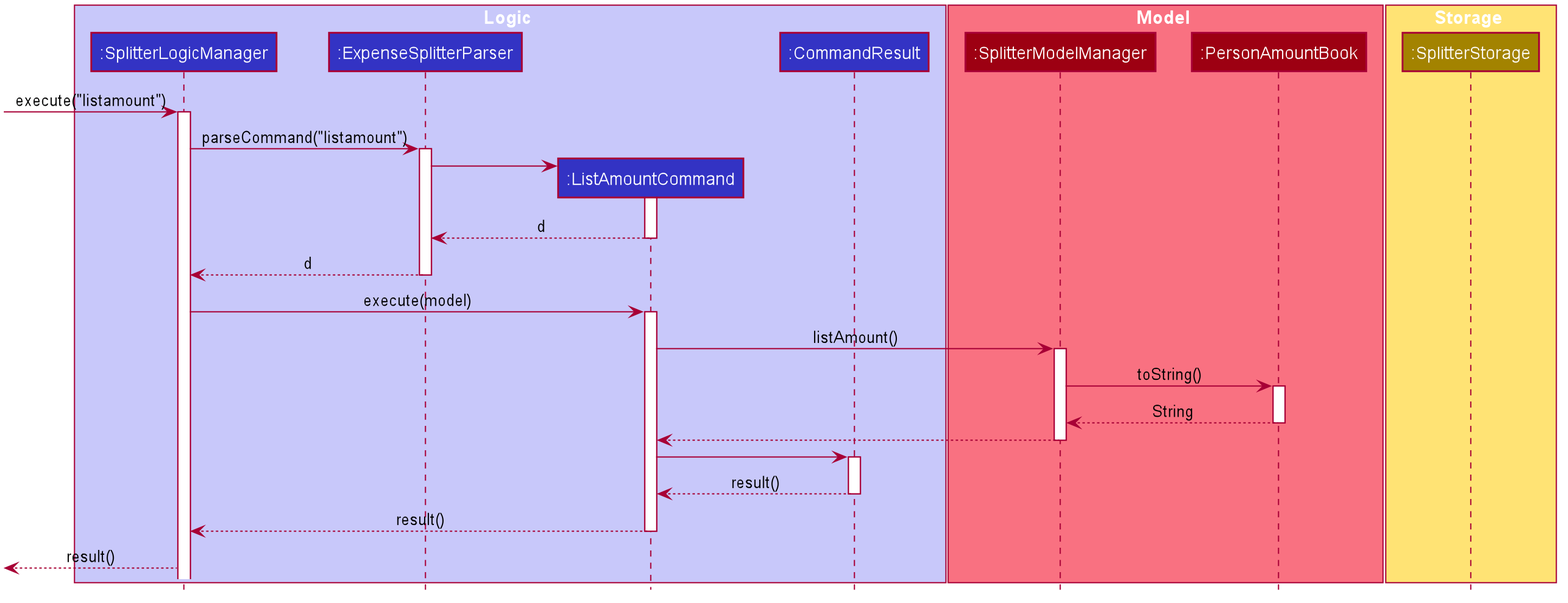
Earlier version of the PlantUML export docs/images/ExpenseSplitterListAmountCommandSequenceDiagram.png (nus-cs2103-AY1920S2/addressbook-level3).
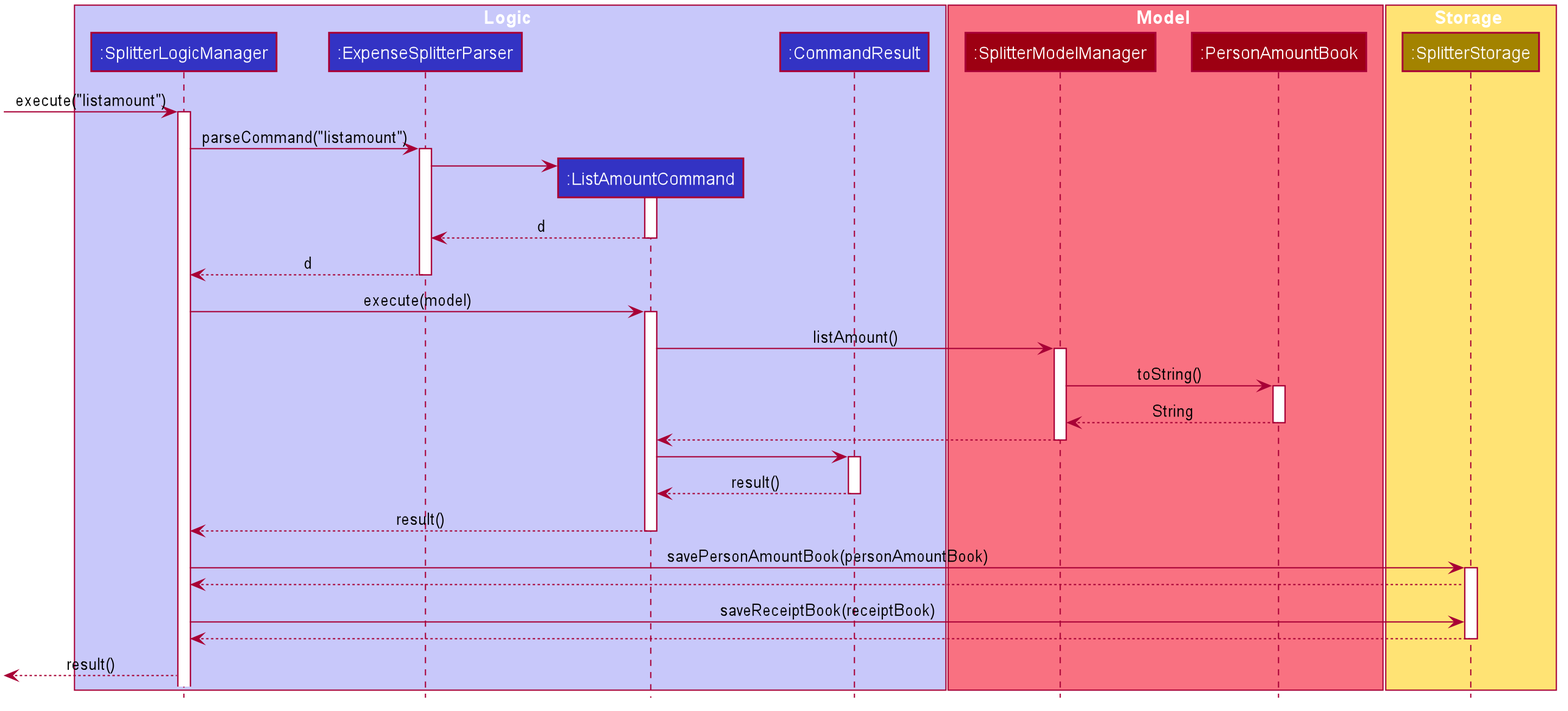
Later version of the same file.

Commit message:
updated activity diagram for expense splitter

Change to the diagram source:
```diff
@@ -104,6 +104,15 @@
 ListAmountCommand --> SplitterLogicManager: result()
 deactivate ListAmountCommand
 
+SplitterLogicManager -> SplitterStorageManager : savePersonAmountBook(personAmountBook)
+activate SplitterStorageManager
+
+SplitterStorageManager --> SplitterLogicManager
+
+SplitterLogicManager -> SplitterStorageManager : saveReceiptBook(receiptBook)
+SplitterStorageManager --> SplitterLogicManager
+deactivate SplitterStorageManager
+
 
 [<--SplitterLogicManager : result()
 deactivate SplitterStorageManager
```
